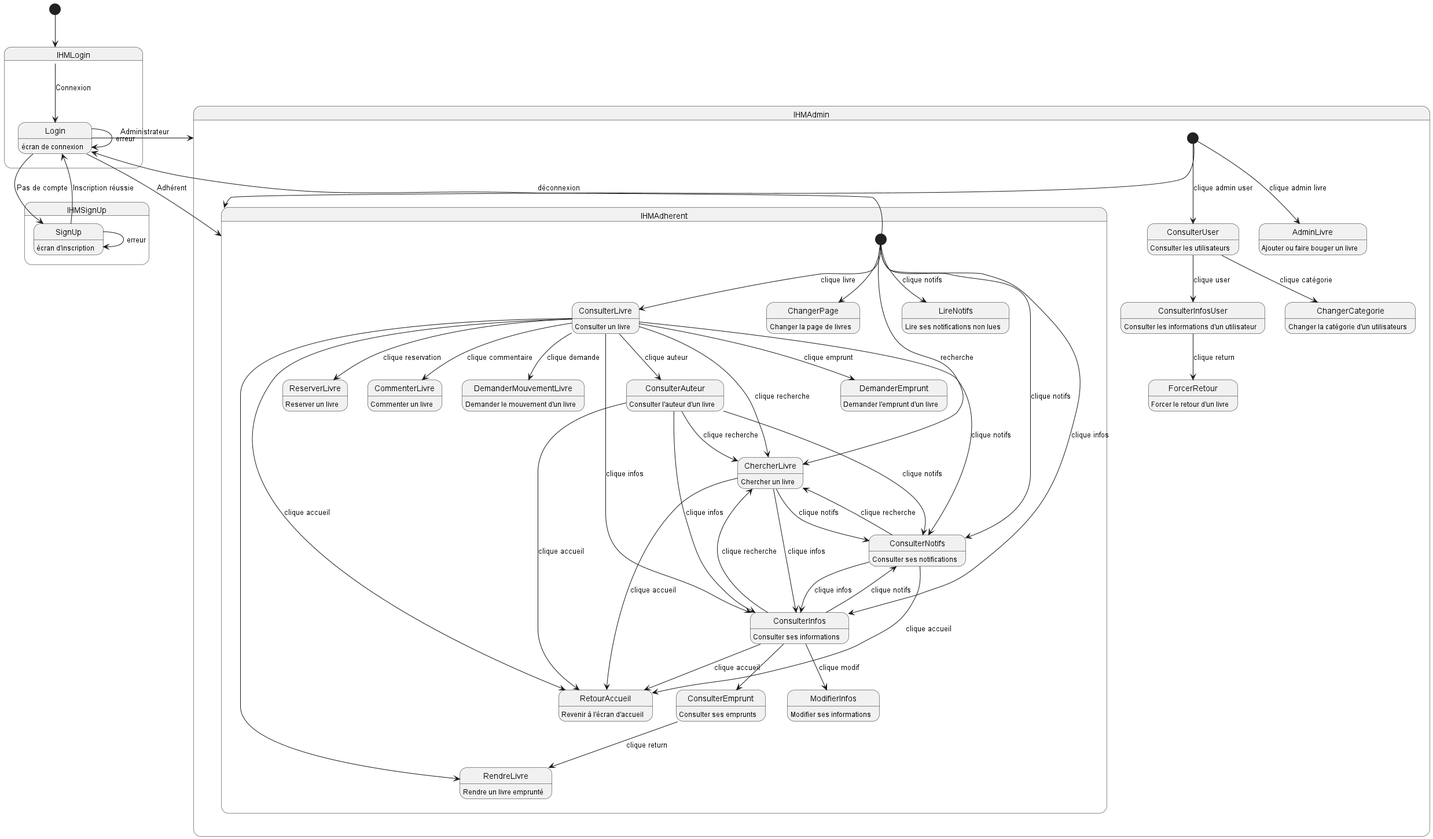
Above: src/main/resources/com/example/tp_bibliotheque/uml/stateDiagramm.png in Atafid/Library-Management-System (PlantUML), before the change.
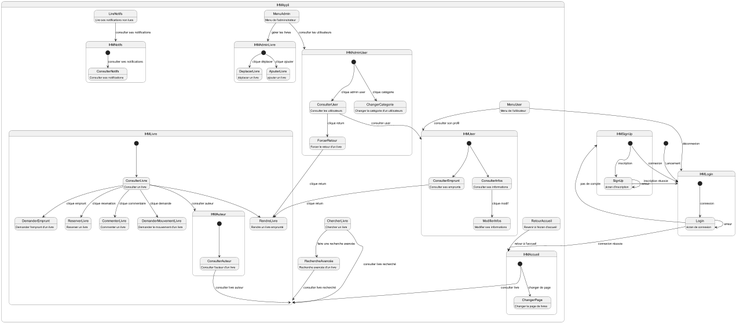
After the commit.

Commit message:
Refonte du diagramme d'état

What changed in the source:
```diff
@@ -1,33 +1,56 @@
 @startuml
+
+[*] --> IHMLogin: Lancement
 
 state IHMLogin {
   state Login : écran de connexion
+
+  [*] --> Login: connexion
+  Login --> Login: erreur
 }
 
 state IHMSignUp {
   state SignUp : écran d'inscription
+
+  [*] --> IHMLogin: connexion
+  [*] --> SignUp: inscription
+  Login --> IHMSignUp: pas de compte
+  SignUp --> SignUp : erreur
+  SignUp --> IHMLogin : inscription réussie
 }
 
-state IHMAdmin {
-  state ConsulterUser: Consulter les utilisateurs
-  state ChangerCategorie: Changer la catégorie d'un utilisateurs
-  state ConsulterInfosUser: Consulter les informations d'un utilisateur
-  state ForcerRetour: Forcer le retour d'un livre
-  state AdminLivre: Ajouter ou faire bouger un livre
+state IHMAppli {
+  state RetourAccueil : Revenir à l'écran d'accueil
+  state ChercherLivre : Chercher un livre
+  state RechercheAvancée : Recherche avancée d'un livre
 
-  [*] --> IHMAdherent
-  [*] --> ConsulterUser: clique admin user
-  [*] --> AdminLivre: clique admin livre
-  ConsulterUser --> ChangerCategorie: clique catégorie
-  ConsulterUser --> ConsulterInfosUser: clique user
-  ConsulterInfosUser --> ForcerRetour: clique return
+  state MenuAdmin : Menu de l'adminstrateur
+  state LireNotifs: Lire ses notifications non lues
+  state MenuUser : Menu de l'utilisateur
+
+  RetourAccueil --> IHMAccueil: retour à l'accueil
+  ChercherLivre --> RechercheAvancée: faire une recherche avancée
+  ChercherLivre --> IHMLivre: consulter livre recherché
+  RechercheAvancée --> IHMLivre: consulter livre recherché
+
+  MenuAdmin --> IHMAdminUser: consulter les utilisateurs
+  MenuAdmin --> IHMAdminLivre: gérer les livres
+
+  LireNotifs --> IHMNotifs: consulter ses notifications
+
+  MenuUser --> IHMUser: consulter son profil
+  MenuUser --> IHMLogin: déconnexion
 }
 
-state IHMAdherent {
-  state RetourAccueil : Revenir à l'écran d'accueil
-  state ChercherLivre : Chercher un livre
-  state ChangerPage : Changer la page de livres
+state IHMAccueil {
+  state ChangerPage: Changer la page de livres
 
+  [*] --> IHMLivre: consulter livre
+  [*] --> ChangerPage: changer de page
+  Login --> IHMAccueil: connexion réussie
+}
+
+state IHMLivre {
   state ConsulterLivre : Consulter un livre
   state DemanderEmprunt : Demander l'emprunt d'un livre
   state RendreLivre : Rendre un livre emprunté
@@ -35,65 +58,60 @@
   state CommenterLivre : Commenter un livre
   state DemanderMouvementLivre: Demander le mouvement d'un livre
 
-  state ConsulterAuteur : Consulter l'auteur d'un livre
-
-  state LireNotifs: Lire ses notifications non lues
-  state ConsulterNotifs : Consulter ses notifications
-
-  state ConsulterInfos : Consulter ses informations
-  state ModifierInfos: Modifier ses informations
-  state ConsulterEmprunt: Consulter ses emprunts
-
-  [*] --> ChangerPage
-
-  [*] --> ChercherLivre: recherche
-  ChercherLivre --> RetourAccueil: clique accueil
-  ChercherLivre --> ConsulterNotifs: clique notifs
-  ChercherLivre --> ConsulterInfos: clique infos
-
-  [*] --> ConsulterLivre: clique livre
+  [*] --> ConsulterLivre
   ConsulterLivre --> DemanderEmprunt: clique emprunt
   ConsulterLivre --> RendreLivre
   ConsulterLivre --> ReserverLivre: clique reservation
   ConsulterLivre --> CommenterLivre: clique commentaire
   ConsulterLivre --> DemanderMouvementLivre: clique demande
-  ConsulterLivre --> RetourAccueil: clique accueil
-  ConsulterLivre --> ChercherLivre: clique recherche
-  ConsulterLivre --> ConsulterNotifs: clique notifs
-  ConsulterLivre --> ConsulterInfos: clique infos
 
-  ConsulterLivre --> ConsulterAuteur: clique auteur
-  ConsulterAuteur --> RetourAccueil: clique accueil
-  ConsulterAuteur --> ChercherLivre: clique recherche
-  ConsulterAuteur --> ConsulterNotifs: clique notifs
-  ConsulterAuteur --> ConsulterInfos: clique infos
-
-  [*] --> LireNotifs: clique notifs
-  [*] --> ConsulterNotifs: clique notifs
-  ConsulterNotifs --> RetourAccueil: clique accueil
-  ConsulterNotifs --> ChercherLivre: clique recherche
-  ConsulterNotifs --> ConsulterInfos: clique infos
-
-  [*] --> ConsulterInfos: clique infos
-  ConsulterInfos --> ModifierInfos: clique modif
-  ConsulterInfos --> ConsulterEmprunt
-  ConsulterInfos --> RetourAccueil: clique accueil
-  ConsulterInfos --> ChercherLivre: clique recherche
-  ConsulterInfos --> ConsulterNotifs: clique notifs
-
-  ConsulterEmprunt --> RendreLivre: clique return
-
-  [*] --> Login: déconnexion
+  ConsulterLivre --> IHMAuteur: consulter auteur
 }
 
-[*] --> IHMLogin
-IHMLogin --> Login: Connexion
-Login --> Login : erreur
-Login --> SignUp : Pas de compte
-SignUp --> SignUp : erreur
-SignUp --> Login : Inscription réussie
-Login --> IHMAdmin : Administrateur
-Login --> IHMAdherent : Adhérent
+state IHMAuteur {
+  state ConsulterAuteur : Consulter l'auteur d'un livre
+
+  [*] --> ConsulterAuteur
+  ConsulterAuteur --> IHMLivre: consulter livre auteur
+}
+
+state IHMUser {
+  state ConsulterInfos: Consulter ses informations
+  state ModifierInfos: Modifier ses informations
+  state ConsulterEmprunt: Consulter ses emprunts
+
+  [*] --> ConsulterInfos
+  ConsulterInfos --> ModifierInfos: clique modif
+
+  [*] --> ConsulterEmprunt
+  ConsulterEmprunt --> RendreLivre: clique return
+}
+
+state IHMAdminUser {
+  state ConsulterUser: Consulter les utilisateurs
+  state ChangerCategorie: Changer la catégorie d'un utilisateurs
+  state ForcerRetour: Forcer le retour d'un livre
+
+  [*] --> ChangerCategorie: clique catégorie
+  [*] --> ConsulterUser: clique admin user
+  ConsulterUser --> IHMUser: consulter user
+  ConsulterUser --> ForcerRetour: clique return
+  ForcerRetour --> RendreLivre: clique return
+}
+
+state IHMAdminLivre {
+  state DeplacerLivre: déplacer un livre
+  state AjouterLivre: ajouter un livre
+
+  [*] --> DeplacerLivre: clique déplacer
+  [*] --> AjouterLivre: clique ajouter
+}
+
+state IHMNotifs {
+  state ConsulterNotifs : Consulter ses notifications
+
+  [*] --> ConsulterNotifs: consulter ses notifications
+}
 
 
 @enduml
```
